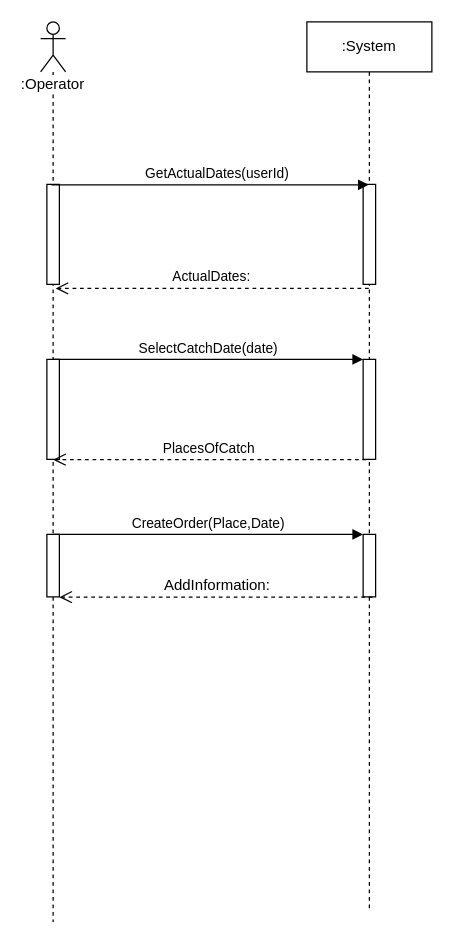
Earlier version of the draw.io diagram Lab3/Бугаков/1Прецедент.drawio (denissfloww/Information-systems-design). Source tidied: cells renumbered, new cells numbered last; positions are measured from the earlier drawing's top-left corner, leaving out a move shared by most shapes. Both pictures are drawn from the tidied source at 125%, with x=0, y=0 at pixel (40, 21).
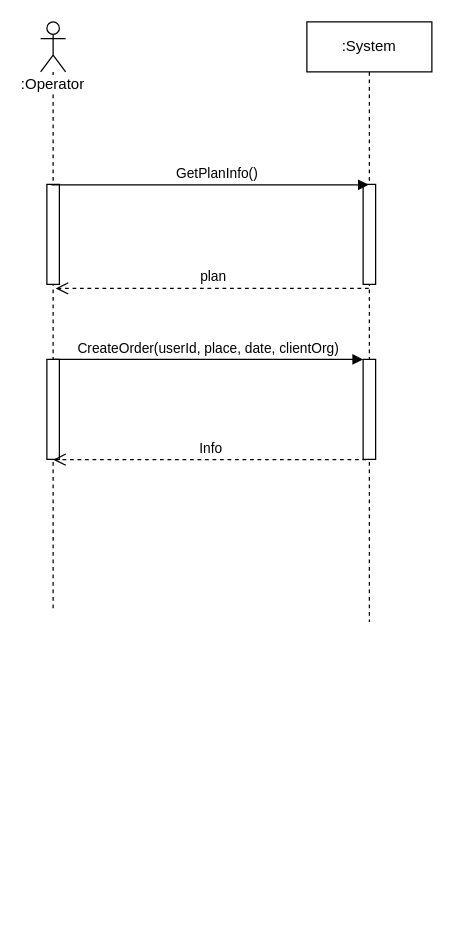
Above is the later version.

The change refers to these unchanged cells:
```xml
<mxCell id="7" style="html=1;points=[];perimeter=orthogonalPerimeter;" parent="6" vertex="1">
  <mxGeometry x="5" y="130" width="10" height="80" as="geometry" />
</mxCell>
```

The edit, as a diff of the source:
```diff
@@
     <mxCell id="2" value=":System" style="shape=umlLifeline;perimeter=lifelinePerimeter;whiteSpace=wrap;html=1;outlineConnect=0;" parent="1" vertex="1">
-      <mxGeometry x="213" width="100" height="710" as="geometry" />
+      <mxGeometry x="213" width="100" height="480" as="geometry" />
     </mxCell>
@@
-    <mxCell id="5" style="html=1;perimeter=orthogonalPerimeter;" parent="2" vertex="1">
-      <mxGeometry x="45" y="410" width="10" height="50" as="geometry" />
-    </mxCell>
     <mxCell id="6" value=":Operator" style="shape=umlLifeline;participant=umlActor;perimeter=lifelinePerimeter;whiteSpace=wrap;html=1;verticalAlign=top;spacingTop=36;labelBackgroundColor=#ffffff;outlineConnect=0;" parent="1" vertex="1">
-      <mxGeometry width="20" height="720" as="geometry" />
+      <mxGeometry width="20" height="470" as="geometry" />
     </mxCell>
@@
-    <mxCell id="9" style="html=1;perimeter=orthogonalPerimeter;" parent="6" vertex="1">
-      <mxGeometry x="5" y="410" width="10" height="50" as="geometry" />
-    </mxCell>
-    <mxCell id="10" value="GetActualDates(userId)" style="html=1;verticalAlign=bottom;endArrow=block;exitX=0.367;exitY=0.004;exitDx=0;exitDy=0;exitPerimeter=0;" parent="1" edge="1" source="7" target="2">
+    <mxCell id="10" value="GetPlanInfo()" style="html=1;verticalAlign=bottom;endArrow=block;exitX=0.367;exitY=0.004;exitDx=0;exitDy=0;exitPerimeter=0;" parent="1" edge="1" source="7" target="2">
       <mxGeometry x="0.04" relative="1" as="geometry" />
     </mxCell>
-    <mxCell id="11" value="ActualDates:&amp;nbsp;" style="html=1;verticalAlign=bottom;endArrow=open;dashed=1;endSize=8;entryX=0.703;entryY=1.04;entryDx=0;entryDy=0;entryPerimeter=0;" parent="1" edge="1" source="2" target="7">
+    <mxCell id="11" value="plan" style="html=1;verticalAlign=bottom;endArrow=open;dashed=1;endSize=8;entryX=0.703;entryY=1.04;entryDx=0;entryDy=0;entryPerimeter=0;" parent="1" edge="1" source="2" target="7">
       <mxGeometry relative="1" as="geometry" />
     </mxCell>
-    <mxCell id="12" value="SelectCatchDate(date)" style="html=1;verticalAlign=bottom;endArrow=block;" parent="1" edge="1" source="6">
+    <mxCell id="12" value="CreateOrder(userId, place, date, clientOrg)" style="html=1;verticalAlign=bottom;endArrow=block;" parent="1" edge="1" source="6">
       <mxGeometry relative="1" as="geometry">
         <mxPoint x="258" y="270" as="targetPoint" />
       </mxGeometry>
     </mxCell>
-    <mxCell id="13" value="PlacesOfCatch&amp;nbsp;" style="html=1;verticalAlign=bottom;endArrow=open;dashed=1;endSize=8;entryX=0.703;entryY=1.04;entryDx=0;entryDy=0;entryPerimeter=0;" parent="1" edge="1">
+    <mxCell id="13" value="Info" style="html=1;verticalAlign=bottom;endArrow=open;dashed=1;endSize=8;entryX=0.703;entryY=1.04;entryDx=0;entryDy=0;entryPerimeter=0;" parent="1" edge="1">
       <mxGeometry relative="1" as="geometry">
         <mxPoint x="260.5" y="350.2" as="sourcePoint" />
         <mxPoint x="10" y="350.2" as="targetPoint" />
       </mxGeometry>
     </mxCell>
-    <mxCell id="14" value="CreateOrder(Place,Date)" style="html=1;verticalAlign=bottom;endArrow=block;entryX=0;entryY=0;exitX=0.497;exitY=0.001;exitDx=0;exitDy=0;exitPerimeter=0;" parent="1" edge="1">
-      <mxGeometry relative="1" as="geometry">
-        <mxPoint x="10" y="410" as="sourcePoint" />
-        <mxPoint x="258" y="410" as="targetPoint" />
-      </mxGeometry>
-    </mxCell>
-    <mxCell id="15" style="html=1;verticalAlign=bottom;endArrow=open;dashed=1;endSize=8;entryX=0.703;entryY=1.04;entryDx=0;entryDy=0;entryPerimeter=0;" parent="1" edge="1">
-      <mxGeometry relative="1" as="geometry">
-        <mxPoint x="265.5" y="460.2" as="sourcePoint" />
-        <mxPoint x="15" y="460.2" as="targetPoint" />
-      </mxGeometry>
-    </mxCell>
-    <mxCell id="16" value="AddInformation:" style="text;html=1;align=center;verticalAlign=middle;labelBackgroundColor=#ffffff;" parent="15" vertex="1">
-      <mxGeometry x="-0.12" y="1" relative="1" as="geometry">
-        <mxPoint x="-15.5" y="-11" as="offset" />
-      </mxGeometry>
-    </mxCell>
```
